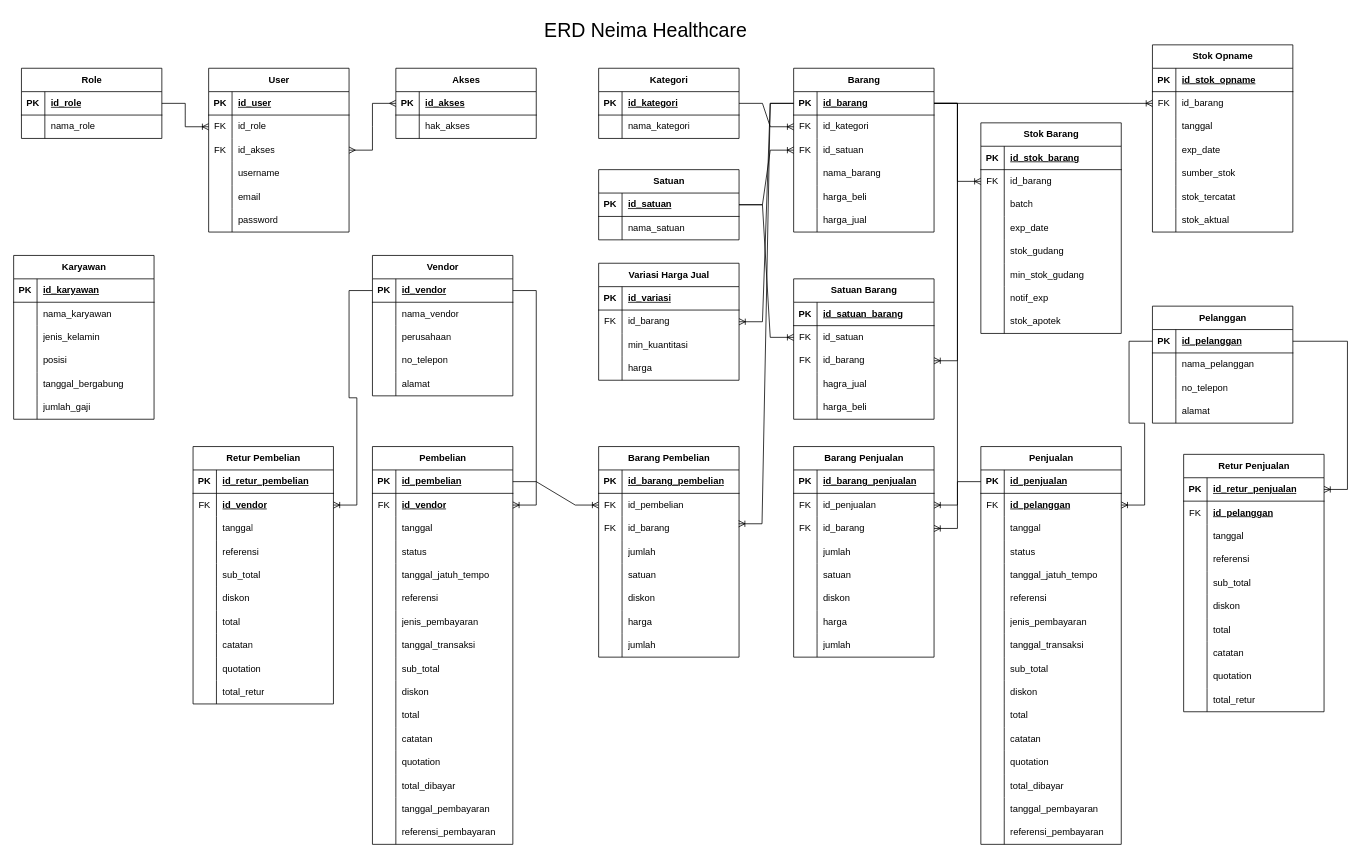
Above: erd.drawio in m1tsuha4/apotek (draw.io), before the change. Source tidied: cells renumbered, new cells numbered last; positions are measured from the earlier drawing's top-left corner, leaving out a move shared by most shapes. Both pictures are drawn from the tidied source at 78%, with x=0, y=0 at pixel (13, 13).
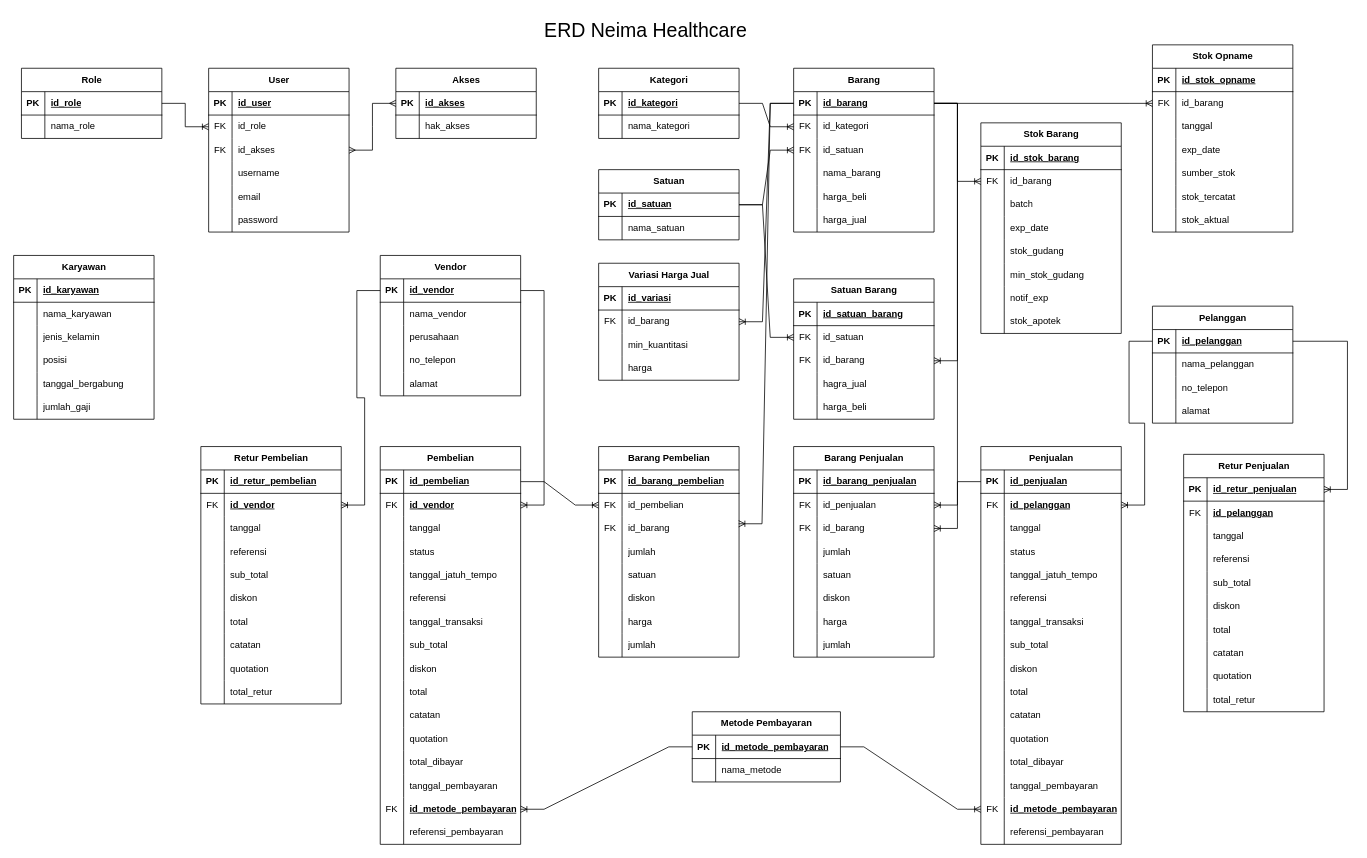
The same page after the edit.

The change refers to these unchanged cells:
```xml
<mxCell id="260" value="Penjualan" style="shape=table;startSize=30;childLayout=tableLayout;rowLines=0;fontStyle=1;align=center;html=1;" parent="1" vertex="1">
  <mxGeometry x="1240" y="555" width="180" height="510" as="geometry" />
</mxCell>
```

What changed in the source:
```diff
@@
     <mxCell id="85" value="Vendor" style="shape=table;startSize=30;childLayout=tableLayout;rowLines=0;fontStyle=1;align=center;html=1;" parent="1" vertex="1">
-      <mxGeometry x="460" y="310" width="180" height="180" as="geometry" />
+      <mxGeometry x="470" y="310" width="180" height="180" as="geometry" />
     </mxCell>
@@
     <mxCell id="146" value="Pembelian" style="shape=table;startSize=30;childLayout=tableLayout;rowLines=0;fontStyle=1;align=center;html=1;" parent="1" vertex="1">
-      <mxGeometry x="460" y="555" width="180" height="510" as="geometry" />
+      <mxGeometry x="470" y="555" width="180" height="510" as="geometry" />
     </mxCell>
@@
-    <mxCell id="165" style="shape=tableRow;horizontal=0;startSize=0;swimlaneHead=0;swimlaneBody=0;fillColor=none;points=[[0,0.5],[1,0.5]];portConstraint=eastwest;top=0;left=0;right=0;bottom=0;" parent="146" vertex="1">
-      <mxGeometry y="210" width="180" height="30" as="geometry" />
-    </mxCell>
-    <mxCell id="166" style="shape=partialRectangle;fillColor=none;top=0;left=0;bottom=0;right=0;overflow=hidden;whiteSpace=wrap;html=1;" parent="165" vertex="1">
-      <mxGeometry width="30" height="30" as="geometry" />
-    </mxCell>
-    <mxCell id="167" value="jenis_pembayaran" style="shape=partialRectangle;fillColor=none;top=0;left=0;bottom=0;right=0;align=left;spacingLeft=6;overflow=hidden;whiteSpace=wrap;html=1;" parent="165" vertex="1">
-      <mxGeometry x="30" width="150" height="30" as="geometry" />
-    </mxCell>
     <mxCell id="168" style="shape=tableRow;horizontal=0;startSize=0;swimlaneHead=0;swimlaneBody=0;fillColor=none;top=0;left=0;right=0;bottom=0;" parent="146" vertex="1">
-      <mxGeometry y="240" width="180" height="30" as="geometry" />
+      <mxGeometry y="210" width="180" height="30" as="geometry" />
     </mxCell>
@@
     <mxCell id="171" style="shape=tableRow;horizontal=0;startSize=0;swimlaneHead=0;swimlaneBody=0;fillColor=none;top=0;left=0;right=0;bottom=0;" parent="146" vertex="1">
-      <mxGeometry y="270" width="180" height="30" as="geometry" />
+      <mxGeometry y="240" width="180" height="30" as="geometry" />
     </mxCell>
@@
     <mxCell id="174" style="shape=tableRow;horizontal=0;startSize=0;swimlaneHead=0;swimlaneBody=0;fillColor=none;top=0;left=0;right=0;bottom=0;" parent="146" vertex="1">
-      <mxGeometry y="300" width="180" height="30" as="geometry" />
+      <mxGeometry y="270" width="180" height="30" as="geometry" />
     </mxCell>
@@
     <mxCell id="177" style="shape=tableRow;horizontal=0;startSize=0;swimlaneHead=0;swimlaneBody=0;fillColor=none;top=0;left=0;right=0;bottom=0;" parent="146" vertex="1">
-      <mxGeometry y="330" width="180" height="30" as="geometry" />
+      <mxGeometry y="300" width="180" height="30" as="geometry" />
     </mxCell>
@@
     <mxCell id="180" style="shape=tableRow;horizontal=0;startSize=0;swimlaneHead=0;swimlaneBody=0;fillColor=none;top=0;left=0;right=0;bottom=0;" parent="146" vertex="1">
-      <mxGeometry y="360" width="180" height="30" as="geometry" />
+      <mxGeometry y="330" width="180" height="30" as="geometry" />
     </mxCell>
@@
     <mxCell id="183" style="shape=tableRow;horizontal=0;startSize=0;swimlaneHead=0;swimlaneBody=0;fillColor=none;top=0;left=0;right=0;bottom=0;" parent="146" vertex="1">
-      <mxGeometry y="390" width="180" height="30" as="geometry" />
+      <mxGeometry y="360" width="180" height="30" as="geometry" />
     </mxCell>
@@
     <mxCell id="186" style="shape=tableRow;horizontal=0;startSize=0;swimlaneHead=0;swimlaneBody=0;fillColor=none;top=0;left=0;right=0;bottom=0;" parent="146" vertex="1">
-      <mxGeometry y="420" width="180" height="30" as="geometry" />
+      <mxGeometry y="390" width="180" height="30" as="geometry" />
     </mxCell>
@@
     <mxCell id="189" style="shape=tableRow;horizontal=0;startSize=0;swimlaneHead=0;swimlaneBody=0;fillColor=none;top=0;left=0;right=0;bottom=0;" parent="146" vertex="1">
-      <mxGeometry y="450" width="180" height="30" as="geometry" />
+      <mxGeometry y="420" width="180" height="30" as="geometry" />
     </mxCell>
@@
+    <mxCell id="165" style="shape=tableRow;horizontal=0;startSize=0;swimlaneHead=0;swimlaneBody=0;fillColor=none;points=[[0,0.5],[1,0.5]];portConstraint=eastwest;top=0;left=0;right=0;bottom=0;" parent="146" vertex="1">
+      <mxGeometry y="450" width="180" height="30" as="geometry" />
+    </mxCell>
+    <mxCell id="166" value="FK" style="shape=partialRectangle;fillColor=none;top=0;left=0;bottom=0;right=0;overflow=hidden;whiteSpace=wrap;html=1;" parent="165" vertex="1">
+      <mxGeometry width="30" height="30" as="geometry" />
+    </mxCell>
+    <mxCell id="167" value="&lt;span style=&quot;font-weight: 700; text-decoration-line: underline;&quot;&gt;id_metode_pembayaran&lt;/span&gt;" style="shape=partialRectangle;fillColor=none;top=0;left=0;bottom=0;right=0;align=left;spacingLeft=6;overflow=hidden;whiteSpace=wrap;html=1;" parent="165" vertex="1">
+      <mxGeometry x="30" width="150" height="30" as="geometry" />
+    </mxCell>
@@
-    <mxCell id="279" style="shape=tableRow;horizontal=0;startSize=0;swimlaneHead=0;swimlaneBody=0;fillColor=none;points=[[0,0.5],[1,0.5]];portConstraint=eastwest;top=0;left=0;right=0;bottom=0;" parent="260" vertex="1">
-      <mxGeometry y="210" width="180" height="30" as="geometry" />
-    </mxCell>
-    <mxCell id="280" style="shape=partialRectangle;fillColor=none;top=0;left=0;bottom=0;right=0;overflow=hidden;whiteSpace=wrap;html=1;" parent="279" vertex="1">
-      <mxGeometry width="30" height="30" as="geometry" />
-    </mxCell>
-    <mxCell id="281" value="jenis_pembayaran" style="shape=partialRectangle;fillColor=none;top=0;left=0;bottom=0;right=0;align=left;spacingLeft=6;overflow=hidden;whiteSpace=wrap;html=1;" parent="279" vertex="1">
-      <mxGeometry x="30" width="150" height="30" as="geometry" />
-    </mxCell>
     <mxCell id="282" style="shape=tableRow;horizontal=0;startSize=0;swimlaneHead=0;swimlaneBody=0;fillColor=none;top=0;left=0;right=0;bottom=0;" parent="260" vertex="1">
-      <mxGeometry y="240" width="180" height="30" as="geometry" />
+      <mxGeometry y="210" width="180" height="30" as="geometry" />
     </mxCell>
@@
     <mxCell id="285" style="shape=tableRow;horizontal=0;startSize=0;swimlaneHead=0;swimlaneBody=0;fillColor=none;top=0;left=0;right=0;bottom=0;" parent="260" vertex="1">
-      <mxGeometry y="270" width="180" height="30" as="geometry" />
+      <mxGeometry y="240" width="180" height="30" as="geometry" />
     </mxCell>
@@
     <mxCell id="288" style="shape=tableRow;horizontal=0;startSize=0;swimlaneHead=0;swimlaneBody=0;fillColor=none;top=0;left=0;right=0;bottom=0;" parent="260" vertex="1">
-      <mxGeometry y="300" width="180" height="30" as="geometry" />
+      <mxGeometry y="270" width="180" height="30" as="geometry" />
     </mxCell>
@@
     <mxCell id="291" style="shape=tableRow;horizontal=0;startSize=0;swimlaneHead=0;swimlaneBody=0;fillColor=none;top=0;left=0;right=0;bottom=0;" parent="260" vertex="1">
-      <mxGeometry y="330" width="180" height="30" as="geometry" />
+      <mxGeometry y="300" width="180" height="30" as="geometry" />
     </mxCell>
@@
     <mxCell id="294" style="shape=tableRow;horizontal=0;startSize=0;swimlaneHead=0;swimlaneBody=0;fillColor=none;top=0;left=0;right=0;bottom=0;" parent="260" vertex="1">
-      <mxGeometry y="360" width="180" height="30" as="geometry" />
+      <mxGeometry y="330" width="180" height="30" as="geometry" />
     </mxCell>
@@
     <mxCell id="297" style="shape=tableRow;horizontal=0;startSize=0;swimlaneHead=0;swimlaneBody=0;fillColor=none;top=0;left=0;right=0;bottom=0;" parent="260" vertex="1">
-      <mxGeometry y="390" width="180" height="30" as="geometry" />
+      <mxGeometry y="360" width="180" height="30" as="geometry" />
     </mxCell>
@@
     <mxCell id="300" style="shape=tableRow;horizontal=0;startSize=0;swimlaneHead=0;swimlaneBody=0;fillColor=none;top=0;left=0;right=0;bottom=0;" parent="260" vertex="1">
-      <mxGeometry y="420" width="180" height="30" as="geometry" />
+      <mxGeometry y="390" width="180" height="30" as="geometry" />
     </mxCell>
@@
     <mxCell id="303" style="shape=tableRow;horizontal=0;startSize=0;swimlaneHead=0;swimlaneBody=0;fillColor=none;top=0;left=0;right=0;bottom=0;" parent="260" vertex="1">
-      <mxGeometry y="450" width="180" height="30" as="geometry" />
+      <mxGeometry y="420" width="180" height="30" as="geometry" />
     </mxCell>
@@
+    <mxCell id="279" style="shape=tableRow;horizontal=0;startSize=0;swimlaneHead=0;swimlaneBody=0;fillColor=none;points=[[0,0.5],[1,0.5]];portConstraint=eastwest;top=0;left=0;right=0;bottom=0;" parent="260" vertex="1">
+      <mxGeometry y="450" width="180" height="30" as="geometry" />
+    </mxCell>
+    <mxCell id="280" value="FK" style="shape=partialRectangle;fillColor=none;top=0;left=0;bottom=0;right=0;overflow=hidden;whiteSpace=wrap;html=1;" parent="279" vertex="1">
+      <mxGeometry width="30" height="30" as="geometry" />
+    </mxCell>
+    <mxCell id="281" value="&lt;span style=&quot;font-weight: 700; text-decoration-line: underline;&quot;&gt;id_metode_pembayaran&lt;/span&gt;" style="shape=partialRectangle;fillColor=none;top=0;left=0;bottom=0;right=0;align=left;spacingLeft=6;overflow=hidden;whiteSpace=wrap;html=1;" parent="279" vertex="1">
+      <mxGeometry x="30" width="150" height="30" as="geometry" />
+    </mxCell>
@@
     <mxCell id="338" value="Retur Pembelian" style="shape=table;startSize=30;childLayout=tableLayout;rowLines=0;fontStyle=1;align=center;html=1;" parent="1" vertex="1">
-      <mxGeometry x="230" y="555" width="180" height="330" as="geometry" />
+      <mxGeometry x="240" y="555" width="180" height="330" as="geometry" />
     </mxCell>
@@
+    <mxCell id="420" value="Metode Pembayaran" style="shape=table;startSize=30;childLayout=tableLayout;rowLines=0;fontStyle=1;align=center;html=1;" parent="1" vertex="1">
+      <mxGeometry x="870" y="895" width="190" height="90" as="geometry" />
+    </mxCell>
+    <mxCell id="421" style="shape=tableRow;horizontal=0;startSize=0;swimlaneHead=0;swimlaneBody=0;fillColor=none;points=[[0,0.5],[1,0.5]];portConstraint=eastwest;top=0;left=0;right=0;bottom=1;" parent="420" vertex="1">
+      <mxGeometry y="30" width="190" height="30" as="geometry" />
+    </mxCell>
+    <mxCell id="422" value="PK" style="shape=partialRectangle;fillColor=none;top=0;left=0;bottom=0;right=0;fontStyle=1;overflow=hidden;whiteSpace=wrap;html=1;" parent="421" vertex="1">
+      <mxGeometry width="30" height="30" as="geometry" />
+    </mxCell>
+    <mxCell id="423" value="id_metode_pembayaran" style="shape=partialRectangle;fillColor=none;top=0;left=0;bottom=0;right=0;align=left;spacingLeft=6;fontStyle=5;overflow=hidden;whiteSpace=wrap;html=1;" parent="421" vertex="1">
+      <mxGeometry x="30" width="160" height="30" as="geometry" />
+    </mxCell>
+    <mxCell id="424" style="shape=tableRow;horizontal=0;startSize=0;swimlaneHead=0;swimlaneBody=0;fillColor=none;top=0;left=0;right=0;bottom=0;" parent="420" vertex="1">
+      <mxGeometry y="60" width="190" height="30" as="geometry" />
+    </mxCell>
+    <mxCell id="425" style="shape=partialRectangle;fillColor=none;top=0;left=0;bottom=0;right=0;overflow=hidden;whiteSpace=wrap;html=1;" parent="424" vertex="1">
+      <mxGeometry width="30" height="30" as="geometry" />
+    </mxCell>
+    <mxCell id="426" value="nama_metode" style="shape=partialRectangle;fillColor=none;top=0;left=0;bottom=0;right=0;align=left;spacingLeft=6;overflow=hidden;whiteSpace=wrap;html=1;" parent="424" vertex="1">
+      <mxGeometry x="30" width="160" height="30" as="geometry" />
+    </mxCell>
+    <mxCell id="427" style="edgeStyle=entityRelationEdgeStyle;fontSize=12;html=1;endArrow=ERoneToMany;rounded=0;exitX=0;exitY=0.5;exitDx=0;exitDy=0;entryX=1;entryY=0.5;entryDx=0;entryDy=0;" parent="1" edge="1" source="421" target="165">
+      <mxGeometry relative="1" as="geometry" />
+    </mxCell>
+    <mxCell id="428" style="edgeStyle=entityRelationEdgeStyle;fontSize=12;html=1;endArrow=ERoneToMany;rounded=0;exitX=1;exitY=0.5;exitDx=0;exitDy=0;entryX=0;entryY=0.5;entryDx=0;entryDy=0;" parent="1" edge="1" source="421" target="279">
+      <mxGeometry relative="1" as="geometry" />
+    </mxCell>
```
